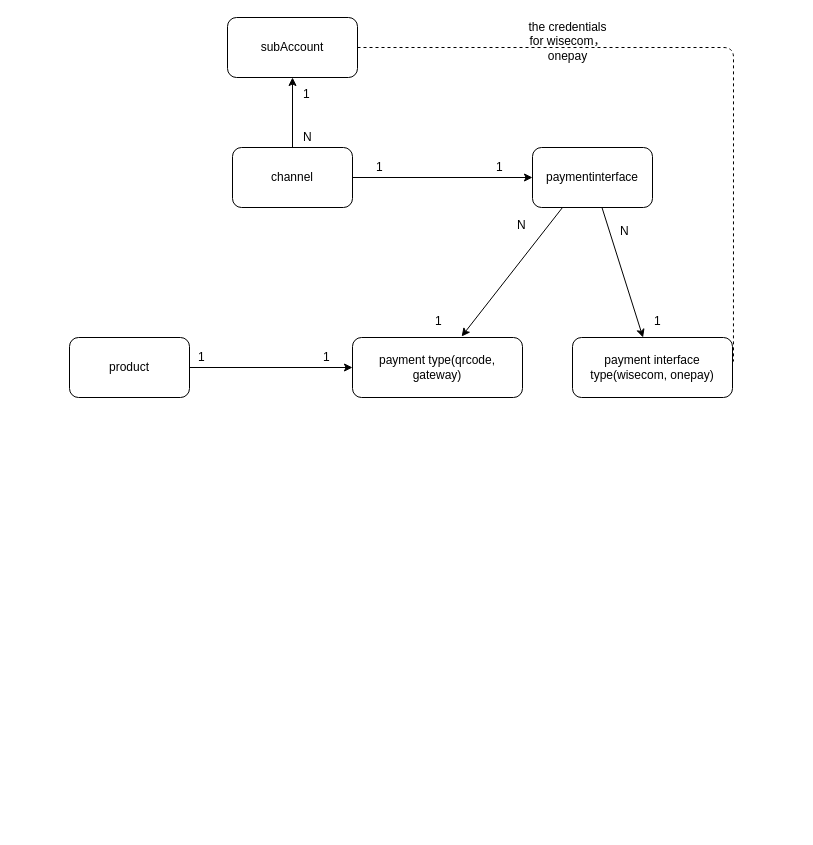
Earlier version of the draw.io diagram payment_type_relationship.drawio (dengjunwen/UML). Source tidied: cells renumbered, new cells numbered last; positions are measured from the earlier drawing's top-left corner, leaving out a move shared by most shapes. Both pictures are drawn from the tidied source at 100%, with x=0, y=0 at pixel (69, 17).
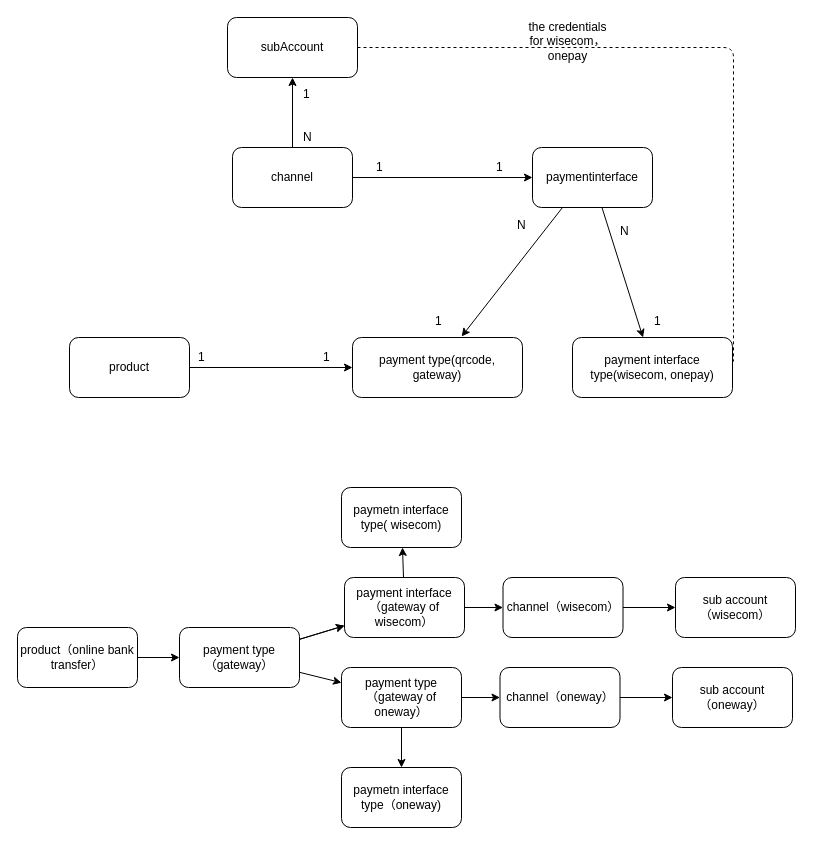
The same diagram, later.

The edit, as a diff of the source:
```diff
@@
+    <mxCell id="26" style="edgeStyle=none;rounded=0;jettySize=auto;html=1;" parent="1" edge="1" source="27" target="31">
+      <mxGeometry relative="1" as="geometry" />
+    </mxCell>
+    <mxCell id="27" value="product（online bank transfer）" style="rounded=1;whiteSpace=wrap;html=1;" parent="1" vertex="1">
+      <mxGeometry x="-52" y="610" width="120" height="60" as="geometry" />
+    </mxCell>
+    <mxCell id="28" style="edgeStyle=none;rounded=0;jettySize=auto;html=1;" parent="1" edge="1" source="31" target="41">
+      <mxGeometry relative="1" as="geometry" />
+    </mxCell>
+    <mxCell id="29" style="edgeStyle=none;rounded=0;jettySize=auto;html=1;" parent="1" edge="1" source="31" target="41">
+      <mxGeometry relative="1" as="geometry" />
+    </mxCell>
+    <mxCell id="30" style="edgeStyle=none;rounded=0;jettySize=auto;html=1;" parent="1" edge="1" source="31" target="34">
+      <mxGeometry relative="1" as="geometry" />
+    </mxCell>
+    <mxCell id="31" value="payment type（gateway）" style="rounded=1;whiteSpace=wrap;html=1;" parent="1" vertex="1">
+      <mxGeometry x="110" y="610" width="120" height="60" as="geometry" />
+    </mxCell>
+    <mxCell id="32" style="edgeStyle=none;rounded=0;jettySize=auto;html=1;" parent="1" edge="1" source="34" target="37">
+      <mxGeometry relative="1" as="geometry" />
+    </mxCell>
+    <mxCell id="33" style="edgeStyle=none;rounded=0;jettySize=auto;html=1;" parent="1" edge="1" source="34" target="35">
+      <mxGeometry relative="1" as="geometry" />
+    </mxCell>
+    <mxCell id="34" value="payment type（gateway of&lt;br&gt;oneway）" style="rounded=1;whiteSpace=wrap;html=1;" parent="1" vertex="1">
+      <mxGeometry x="272" y="650" width="120" height="60" as="geometry" />
+    </mxCell>
+    <mxCell id="35" value="paymetn interface type（oneway)" style="rounded=1;whiteSpace=wrap;html=1;" parent="1" vertex="1">
+      <mxGeometry x="272" y="750" width="120" height="60" as="geometry" />
+    </mxCell>
+    <mxCell id="36" style="edgeStyle=none;rounded=0;jettySize=auto;html=1;" parent="1" edge="1" source="37" target="38">
+      <mxGeometry relative="1" as="geometry" />
+    </mxCell>
+    <mxCell id="37" value="channel（oneway）" style="rounded=1;whiteSpace=wrap;html=1;" parent="1" vertex="1">
+      <mxGeometry x="430.5" y="650" width="120" height="60" as="geometry" />
+    </mxCell>
+    <mxCell id="38" value="sub account（oneway）" style="rounded=1;whiteSpace=wrap;html=1;" parent="1" vertex="1">
+      <mxGeometry x="603" y="650" width="120" height="60" as="geometry" />
+    </mxCell>
+    <mxCell id="39" style="edgeStyle=none;rounded=0;jettySize=auto;html=1;" parent="1" edge="1" source="41" target="44">
+      <mxGeometry relative="1" as="geometry" />
+    </mxCell>
+    <mxCell id="40" style="edgeStyle=none;rounded=0;jettySize=auto;html=1;" parent="1" edge="1" source="41" target="42">
+      <mxGeometry relative="1" as="geometry" />
+    </mxCell>
+    <mxCell id="41" value="payment interface（gateway of wisecom）" style="rounded=1;whiteSpace=wrap;html=1;" parent="1" vertex="1">
+      <mxGeometry x="275" y="560" width="120" height="60" as="geometry" />
+    </mxCell>
+    <mxCell id="42" value="paymetn interface type( wisecom)" style="rounded=1;whiteSpace=wrap;html=1;" parent="1" vertex="1">
+      <mxGeometry x="272" y="470" width="120" height="60" as="geometry" />
+    </mxCell>
+    <mxCell id="43" style="edgeStyle=none;rounded=0;jettySize=auto;html=1;" parent="1" edge="1" source="44" target="45">
+      <mxGeometry relative="1" as="geometry" />
+    </mxCell>
+    <mxCell id="44" value="channel（wisecom）" style="rounded=1;whiteSpace=wrap;html=1;" parent="1" vertex="1">
+      <mxGeometry x="433.5" y="560" width="120" height="60" as="geometry" />
+    </mxCell>
+    <mxCell id="45" value="sub account（wisecom）" style="rounded=1;whiteSpace=wrap;html=1;" parent="1" vertex="1">
+      <mxGeometry x="606" y="560" width="120" height="60" as="geometry" />
+    </mxCell>
```
